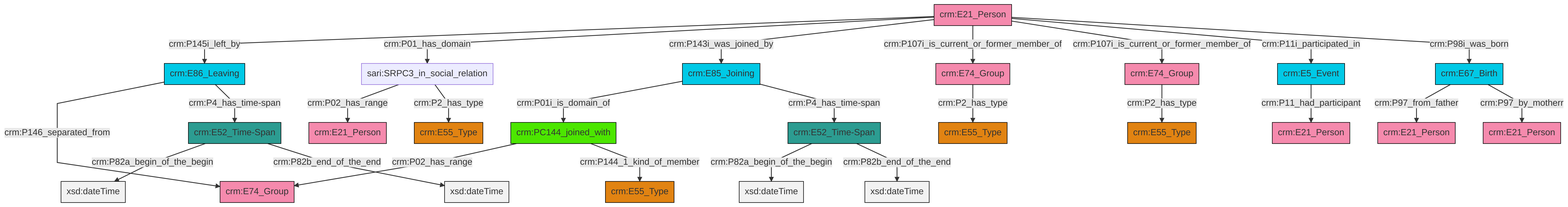
Above: et/personCSV/ttl/mmd/png/Person_Actor_Relations.png in swiss-art-research-net/reference-data-models (Mermaid), before the change. Its source is kept beside it as et/personCSV/ttl/mmd/Person_Actor_Relations.ttl.mmd.
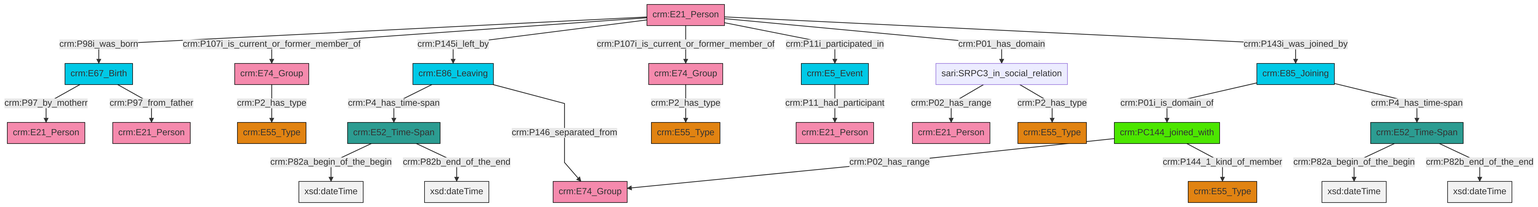
After the change.

Change to the diagram source:
```diff
@@ -13,27 +13,27 @@
 classDef PC_Classes fill:#4ce600, stroke:#000000;
 classDef Multi fill:#cccccc,stroke:#000000;
 
-0["crm:E67_Birth"]:::Temporal_Entity -->|crm:P97_from_father| 2["crm:E21_Person"]:::Actor
-3["crm:E52_Time-Span"]:::Time-Span -->|crm:P82a_begin_of_the_begin| 4[xsd:dateTime]:::Literal
-5["crm:E21_Person"]:::Actor -->|crm:P145i_left_by| 7["crm:E86_Leaving"]:::Temporal_Entity
-10["crm:E74_Group"]:::Actor -->|crm:P2_has_type| 11["crm:E55_Type"]:::Type
-5["crm:E21_Person"]:::Actor -->|crm:P01_has_domain| 13["sari:SRPC3_in_social_relation"]:::Default
-14["crm:E52_Time-Span"]:::Time-Span -->|crm:P82a_begin_of_the_begin| 15[xsd:dateTime]:::Literal
-16["crm:E74_Group"]:::Actor -->|crm:P2_has_type| 17["crm:E55_Type"]:::Type
-13["sari:SRPC3_in_social_relation"]:::Default -->|crm:P02_has_range| 18["crm:E21_Person"]:::Actor
-14["crm:E52_Time-Span"]:::Time-Span -->|crm:P82b_end_of_the_end| 20[xsd:dateTime]:::Literal
-24["crm:E85_Joining"]:::Temporal_Entity -->|crm:P01i_is_domain_of| 25["crm:PC144_joined_with"]:::PC_Classes
-13["sari:SRPC3_in_social_relation"]:::Default -->|crm:P2_has_type| 27["crm:E55_Type"]:::Type
-5["crm:E21_Person"]:::Actor -->|crm:P143i_was_joined_by| 24["crm:E85_Joining"]:::Temporal_Entity
-3["crm:E52_Time-Span"]:::Time-Span -->|crm:P82b_end_of_the_end| 30[xsd:dateTime]:::Literal
-5["crm:E21_Person"]:::Actor -->|crm:P107i_is_current_or_former_member_of| 10["crm:E74_Group"]:::Actor
-25["crm:PC144_joined_with"]:::PC_Classes -->|crm:P02_has_range| 34["crm:E74_Group"]:::Actor
-0["crm:E67_Birth"]:::Temporal_Entity -->|crm:P97_by_motherr| 8["crm:E21_Person"]:::Actor
-7["crm:E86_Leaving"]:::Temporal_Entity -->|crm:P146_separated_from| 34["crm:E74_Group"]:::Actor
-5["crm:E21_Person"]:::Actor -->|crm:P107i_is_current_or_former_member_of| 16["crm:E74_Group"]:::Actor
-25["crm:PC144_joined_with"]:::PC_Classes -->|crm:P144_1_kind_of_member| 38["crm:E55_Type"]:::Type
-5["crm:E21_Person"]:::Actor -->|crm:P11i_participated_in| 43["crm:E5_Event"]:::Temporal_Entity
-24["crm:E85_Joining"]:::Temporal_Entity -->|crm:P4_has_time-span| 3["crm:E52_Time-Span"]:::Time-Span
-7["crm:E86_Leaving"]:::Temporal_Entity -->|crm:P4_has_time-span| 14["crm:E52_Time-Span"]:::Time-Span
-43["crm:E5_Event"]:::Temporal_Entity -->|crm:P11_had_participant| 21["crm:E21_Person"]:::Actor
-5["crm:E21_Person"]:::Actor -->|crm:P98i_was_born| 0["crm:E67_Birth"]:::Temporal_Entity
+0["crm:E86_Leaving"]:::Temporal_Entity -->|crm:P4_has_time-span| 1["crm:E52_Time-Span"]:::Time-Span
+2["crm:PC144_joined_with"]:::PC_Classes -->|crm:P02_has_range| 3["crm:E74_Group"]:::Actor
+4["crm:E21_Person"]:::Actor -->|crm:P98i_was_born| 5["crm:E67_Birth"]:::Temporal_Entity
+2["crm:PC144_joined_with"]:::PC_Classes -->|crm:P144_1_kind_of_member| 12["crm:E55_Type"]:::Type
+4["crm:E21_Person"]:::Actor -->|crm:P107i_is_current_or_former_member_of| 13["crm:E74_Group"]:::Actor
+1["crm:E52_Time-Span"]:::Time-Span -->|crm:P82a_begin_of_the_begin| 14[xsd:dateTime]:::Literal
+17["crm:E5_Event"]:::Temporal_Entity -->|crm:P11_had_participant| 18["crm:E21_Person"]:::Actor
+20["crm:E85_Joining"]:::Temporal_Entity -->|crm:P01i_is_domain_of| 2["crm:PC144_joined_with"]:::PC_Classes
+1["crm:E52_Time-Span"]:::Time-Span -->|crm:P82b_end_of_the_end| 23[xsd:dateTime]:::Literal
+0["crm:E86_Leaving"]:::Temporal_Entity -->|crm:P146_separated_from| 3["crm:E74_Group"]:::Actor
+10["crm:E74_Group"]:::Actor -->|crm:P2_has_type| 27["crm:E55_Type"]:::Type
+5["crm:E67_Birth"]:::Temporal_Entity -->|crm:P97_by_motherr| 21["crm:E21_Person"]:::Actor
+32["sari:SRPC3_in_social_relation"]:::Default -->|crm:P02_has_range| 15["crm:E21_Person"]:::Actor
+4["crm:E21_Person"]:::Actor -->|crm:P145i_left_by| 0["crm:E86_Leaving"]:::Temporal_Entity
+13["crm:E74_Group"]:::Actor -->|crm:P2_has_type| 8["crm:E55_Type"]:::Type
+32["sari:SRPC3_in_social_relation"]:::Default -->|crm:P2_has_type| 6["crm:E55_Type"]:::Type
+4["crm:E21_Person"]:::Actor -->|crm:P107i_is_current_or_former_member_of| 10["crm:E74_Group"]:::Actor
+5["crm:E67_Birth"]:::Temporal_Entity -->|crm:P97_from_father| 30["crm:E21_Person"]:::Actor
+38["crm:E52_Time-Span"]:::Time-Span -->|crm:P82a_begin_of_the_begin| 39[xsd:dateTime]:::Literal
+20["crm:E85_Joining"]:::Temporal_Entity -->|crm:P4_has_time-span| 38["crm:E52_Time-Span"]:::Time-Span
+4["crm:E21_Person"]:::Actor -->|crm:P11i_participated_in| 17["crm:E5_Event"]:::Temporal_Entity
+38["crm:E52_Time-Span"]:::Time-Span -->|crm:P82b_end_of_the_end| 40[xsd:dateTime]:::Literal
+4["crm:E21_Person"]:::Actor -->|crm:P01_has_domain| 32["sari:SRPC3_in_social_relation"]:::Default
+4["crm:E21_Person"]:::Actor -->|crm:P143i_was_joined_by| 20["crm:E85_Joining"]:::Temporal_Entity
```
